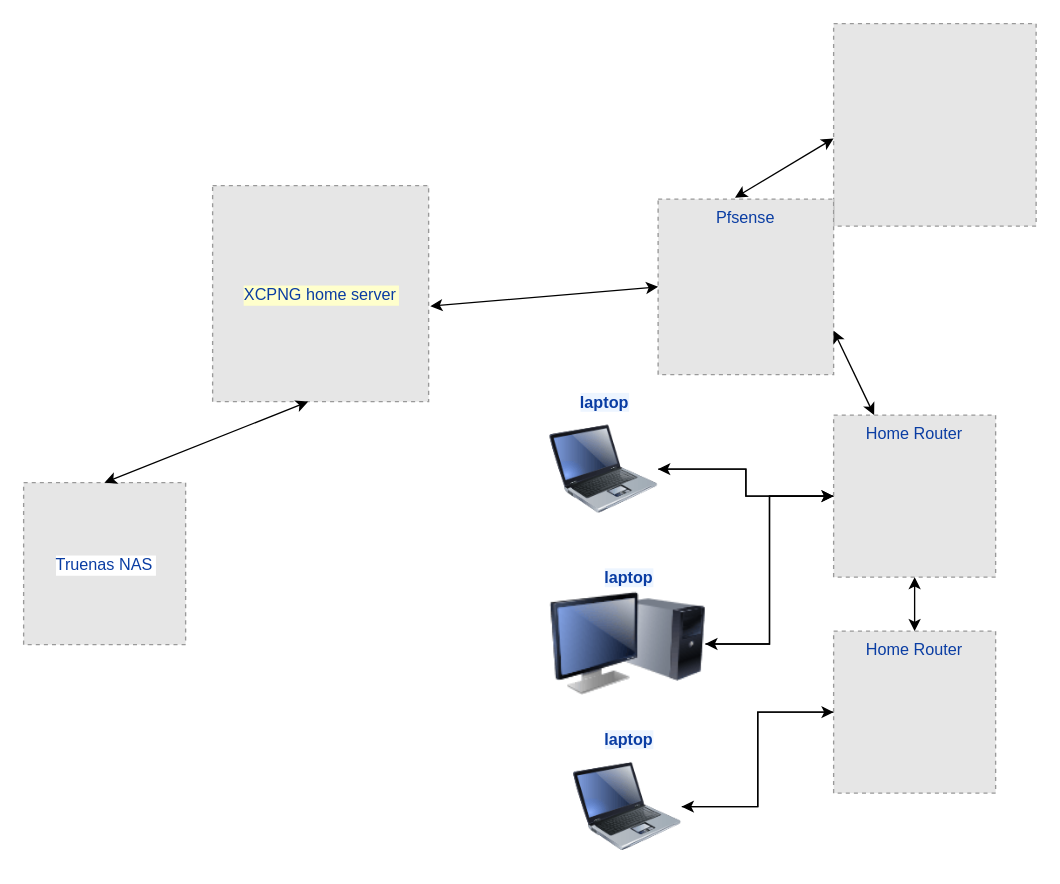
newknowledg/vim-settings keeps this draw.io diagram as local_network.drawio. Above is the earlier version. Source tidied: cells renumbered, new cells numbered last; positions are measured from the earlier drawing's top-left corner, leaving out a move shared by most shapes. Both pictures are drawn from the tidied source at 135%, with x=0, y=0 at pixel (23, 23). Pictures stored in the file or linked from it are replaced by grey dashed boxes.
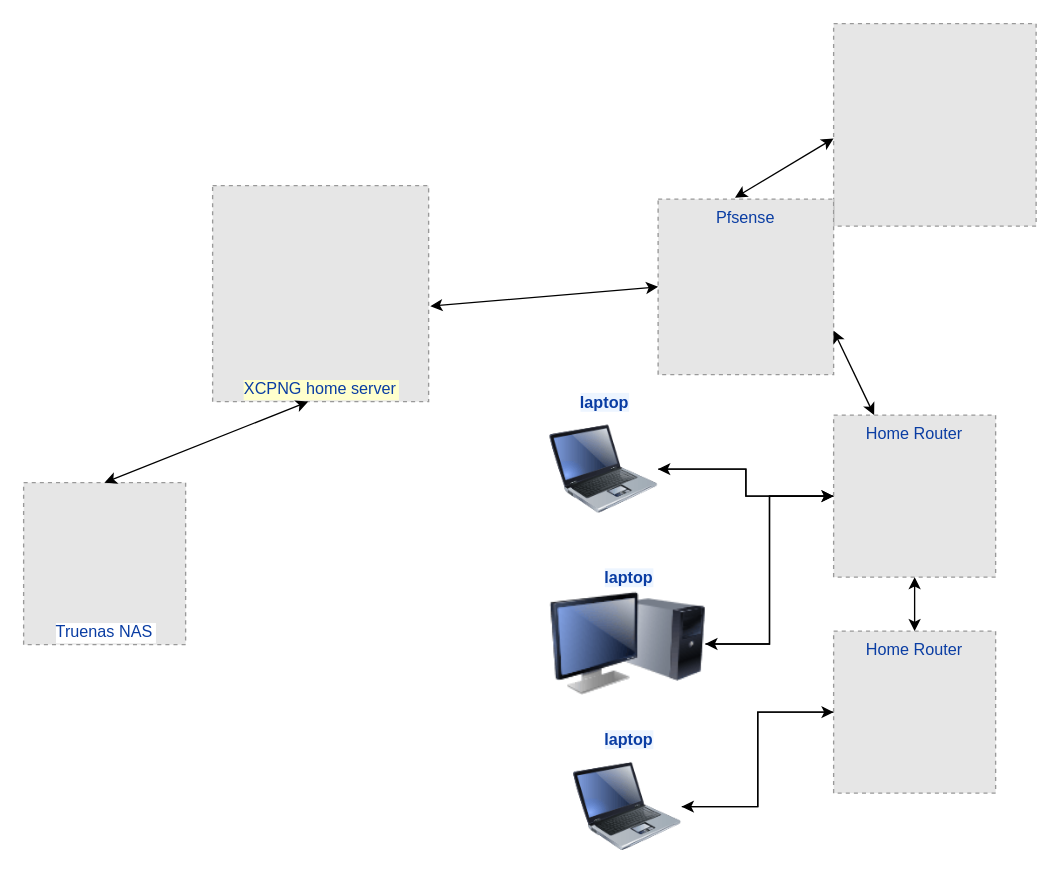
After the change.

The edit, as a diff of the source:
```diff
@@
-    <mxCell id="9" value="XCPNG home server" style="fillColor=#E6E6E6;strokeColor=#999999;dashed=1;verticalAlign=middle;fontColor=#0A3DA3;labelBackgroundColor=#FFFFCC;" parent="1" vertex="1">
+    <mxCell id="9" value="XCPNG home server" style="fillColor=#E6E6E6;strokeColor=#999999;dashed=1;verticalAlign=bottom;fontColor=#0A3DA3;labelBackgroundColor=#FFFFCC;" parent="1" vertex="1">
       <mxGeometry x="140" y="120" width="160" height="160" as="geometry" />
     </mxCell>
@@
-    <mxCell id="13" value="Truenas NAS" style="fillColor=#E6E6E6;strokeColor=#999999;dashed=1;labelBackgroundColor=#FFFFFF;fontColor=#0A3DA3;" parent="1" vertex="1">
+    <mxCell id="13" value="Truenas NAS" style="fillColor=#E6E6E6;strokeColor=#999999;dashed=1;labelBackgroundColor=#FFFFFF;fontColor=#0A3DA3;verticalAlign=bottom;" parent="1" vertex="1">
       <mxGeometry y="340" width="120" height="120" as="geometry" />
     </mxCell>
```
